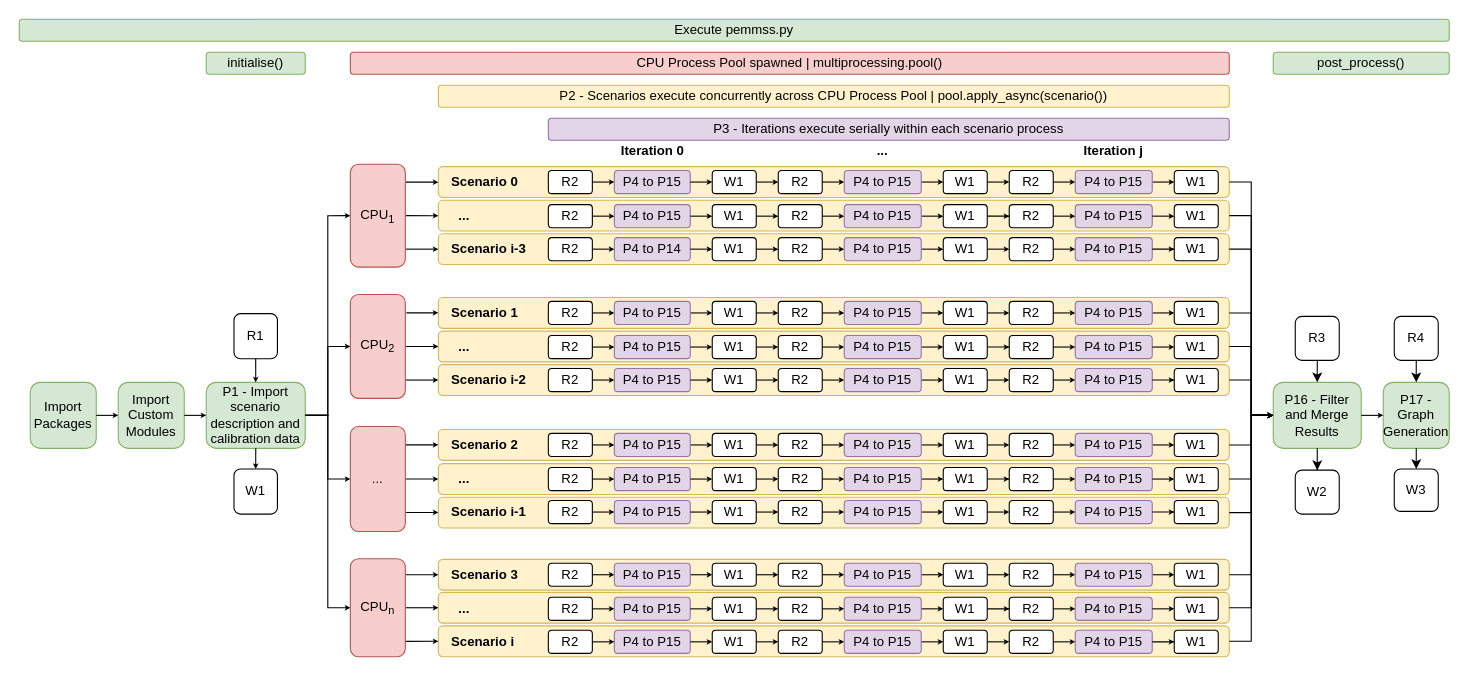
Before: page "Model Execution" (2 of 2) of documentation/PEMMSS_flowcharts.drawio in sanorthey/pemmss, a draw.io diagram. Source tidied: cells renumbered, new cells numbered last; positions are measured from the earlier drawing's top-left corner, leaving out a move shared by most shapes. Both pictures are drawn from the tidied source at 110%, with x=0, y=0 at pixel (19, 19).
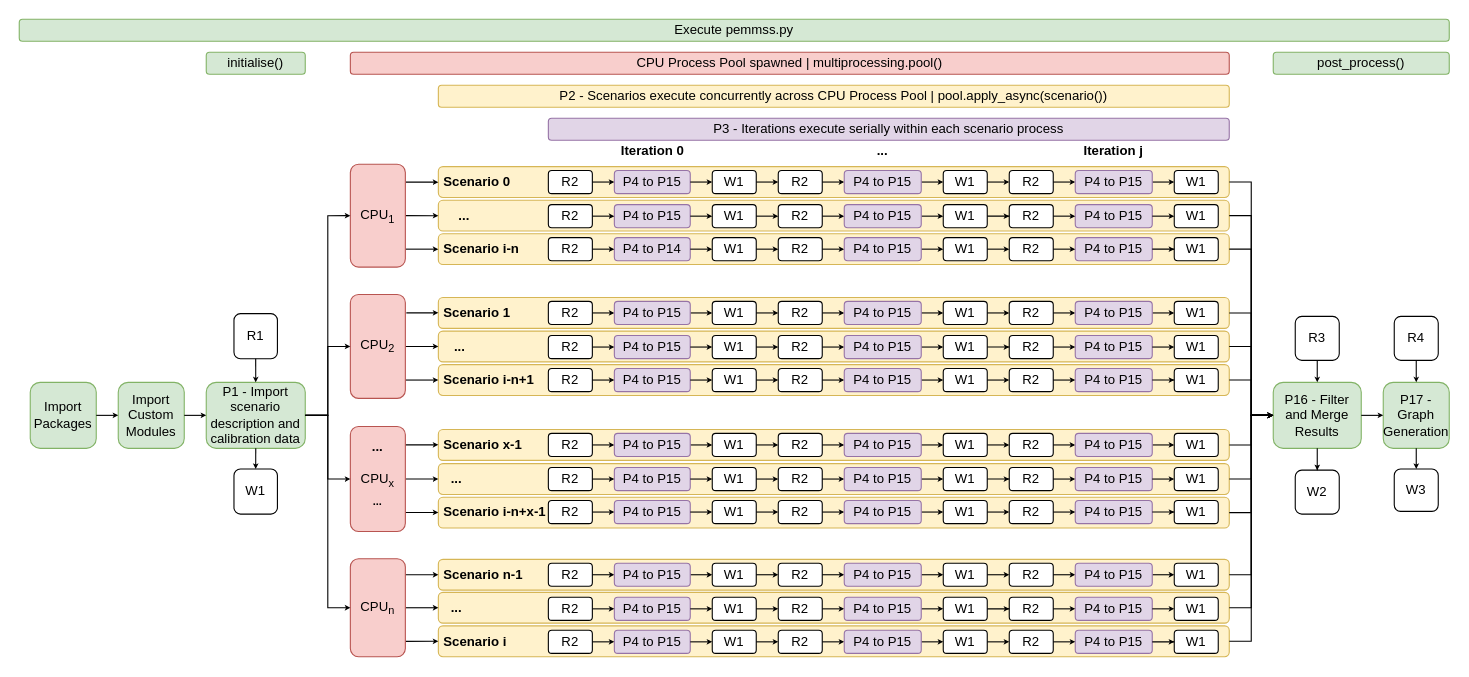
The same diagram, later.

The change refers to these unchanged cells:
```xml
<mxCell id="337" value="P16 - Filter and Merge Results" style="rounded=1;whiteSpace=wrap;html=1;fontSize=12;glass=0;strokeWidth=1;shadow=0;fillColor=#d5e8d4;strokeColor=#82b366;" parent="1" vertex="1">
  <mxGeometry x="1140" y="330.1" width="80" height="60" as="geometry" />
</mxCell>
<mxCell id="341" value="P17 - Graph Generation" style="rounded=1;whiteSpace=wrap;html=1;fontSize=12;glass=0;strokeWidth=1;shadow=0;fillColor=#d5e8d4;strokeColor=#82b366;" parent="1" vertex="1">
  <mxGeometry x="1240" y="330.1" width="60" height="60" as="geometry" />
</mxCell>
<mxCell id="345" value="W3" style="rounded=1;whiteSpace=wrap;html=1;fontSize=12;glass=0;strokeWidth=1;shadow=0;" parent="344" vertex="1">
  <mxGeometry width="40" height="38.5" as="geometry" />
</mxCell>
<mxCell id="346" value="W2" style="rounded=1;whiteSpace=wrap;html=1;fontSize=12;glass=0;strokeWidth=1;shadow=0;" parent="1" vertex="1">
  <mxGeometry x="1160" y="409.9" width="40" height="40" as="geometry" />
</mxCell>
<mxCell id="359" value="R3" style="rounded=1;whiteSpace=wrap;html=1;fontSize=12;glass=0;strokeWidth=1;shadow=0;" parent="1" vertex="1">
  <mxGeometry x="1160" y="270.1" width="40" height="40" as="geometry" />
</mxCell>
<mxCell id="362" value="R4" style="rounded=1;whiteSpace=wrap;html=1;fontSize=12;glass=0;strokeWidth=1;shadow=0;" parent="1" vertex="1">
  <mxGeometry x="1250" y="270.1" width="40" height="40" as="geometry" />
</mxCell>
```

Diff of the diagram source:
```diff
@@
-    <mxCell id="32" value="..." style="rounded=1;whiteSpace=wrap;html=1;fontSize=12;glass=0;strokeWidth=1;shadow=0;fillColor=#f8cecc;strokeColor=#b85450;" parent="1" vertex="1">
+    <mxCell id="32" value="&lt;b&gt;...&lt;/b&gt;&lt;br&gt;&lt;br&gt;CPU&lt;sub&gt;x&lt;br&gt;&lt;b&gt;...&lt;/b&gt;&lt;br&gt;&lt;/sub&gt;" style="rounded=1;whiteSpace=wrap;html=1;fontSize=12;glass=0;strokeWidth=1;shadow=0;fillColor=#f8cecc;strokeColor=#b85450;labelPosition=center;verticalLabelPosition=middle;align=center;verticalAlign=middle;spacingTop=-10;" parent="1" vertex="1">
       <mxGeometry x="301" y="370.2" width="50" height="95.5" as="geometry" />
     </mxCell>
@@
     <mxCell id="41" value="Scenario 0" style="text;html=1;strokeColor=none;fillColor=none;align=left;verticalAlign=middle;whiteSpace=wrap;rounded=0;fontStyle=1;" parent="1" vertex="1">
-      <mxGeometry x="391" y="138" width="79" height="20" as="geometry" />
+      <mxGeometry x="384" y="138" width="79" height="20" as="geometry" />
     </mxCell>
     <mxCell id="42" value="Scenario 1" style="text;html=1;strokeColor=none;fillColor=none;align=left;verticalAlign=middle;whiteSpace=wrap;rounded=0;fontStyle=1;" parent="1" vertex="1">
-      <mxGeometry x="391" y="257" width="79" height="20" as="geometry" />
+      <mxGeometry x="384" y="257" width="79" height="20" as="geometry" />
     </mxCell>
-    <mxCell id="43" value="Scenario 2" style="text;html=1;strokeColor=none;fillColor=none;align=left;verticalAlign=middle;whiteSpace=wrap;rounded=0;fontStyle=1;" parent="1" vertex="1">
-      <mxGeometry x="391" y="377" width="79" height="20" as="geometry" />
+    <mxCell id="43" value="Scenario x-1" style="text;html=1;strokeColor=none;fillColor=none;align=left;verticalAlign=middle;whiteSpace=wrap;rounded=0;fontStyle=1;" parent="1" vertex="1">
+      <mxGeometry x="384" y="377" width="79" height="20" as="geometry" />
     </mxCell>
-    <mxCell id="44" value="Scenario 3" style="text;html=1;strokeColor=none;fillColor=none;align=left;verticalAlign=middle;whiteSpace=wrap;rounded=0;fontStyle=1;" parent="1" vertex="1">
-      <mxGeometry x="391" y="495" width="79" height="20" as="geometry" />
+    <mxCell id="44" value="Scenario n-1" style="text;html=1;strokeColor=none;fillColor=none;align=left;verticalAlign=middle;whiteSpace=wrap;rounded=0;fontStyle=1;" parent="1" vertex="1">
+      <mxGeometry x="384" y="495" width="79" height="20" as="geometry" />
     </mxCell>
@@
     <mxCell id="46" value="&amp;nbsp; ..." style="text;html=1;strokeColor=none;fillColor=none;align=left;verticalAlign=middle;whiteSpace=wrap;rounded=0;fontStyle=1;" parent="1" vertex="1">
-      <mxGeometry x="391" y="287.5" width="79" height="20" as="geometry" />
+      <mxGeometry x="387" y="288" width="79" height="20" as="geometry" />
     </mxCell>
     <mxCell id="47" value="&amp;nbsp; ..." style="text;html=1;strokeColor=none;fillColor=none;align=left;verticalAlign=middle;whiteSpace=wrap;rounded=0;fontStyle=1;" parent="1" vertex="1">
-      <mxGeometry x="391" y="408" width="79" height="20" as="geometry" />
+      <mxGeometry x="384" y="408" width="79" height="20" as="geometry" />
     </mxCell>
     <mxCell id="48" value="&amp;nbsp; ..." style="text;html=1;strokeColor=none;fillColor=none;align=left;verticalAlign=middle;whiteSpace=wrap;rounded=0;fontStyle=1;" parent="1" vertex="1">
-      <mxGeometry x="391" y="526" width="79" height="20" as="geometry" />
+      <mxGeometry x="384" y="525" width="79" height="20" as="geometry" />
     </mxCell>
-    <mxCell id="49" value="Scenario i-3" style="text;html=1;strokeColor=none;fillColor=none;align=left;verticalAlign=middle;whiteSpace=wrap;rounded=0;fontStyle=1;" parent="1" vertex="1">
-      <mxGeometry x="391" y="199" width="79" height="20" as="geometry" />
+    <mxCell id="49" value="Scenario i-n" style="text;html=1;strokeColor=none;fillColor=none;align=left;verticalAlign=middle;whiteSpace=wrap;rounded=0;fontStyle=1;" parent="1" vertex="1">
+      <mxGeometry x="384" y="199" width="79" height="20" as="geometry" />
     </mxCell>
-    <mxCell id="50" value="Scenario i-2" style="text;html=1;strokeColor=none;fillColor=none;align=left;verticalAlign=middle;whiteSpace=wrap;rounded=0;fontStyle=1;" parent="1" vertex="1">
-      <mxGeometry x="391" y="318" width="79" height="20" as="geometry" />
+    <mxCell id="50" value="Scenario i-n+1" style="text;html=1;strokeColor=none;fillColor=none;align=left;verticalAlign=middle;whiteSpace=wrap;rounded=0;fontStyle=1;" parent="1" vertex="1">
+      <mxGeometry x="384" y="317.5" width="87" height="20" as="geometry" />
     </mxCell>
     <mxCell id="51" value="Scenario i" style="text;html=1;strokeColor=none;fillColor=none;align=left;verticalAlign=middle;whiteSpace=wrap;rounded=0;fontStyle=1;" parent="1" vertex="1">
-      <mxGeometry x="391" y="556" width="79" height="20" as="geometry" />
+      <mxGeometry x="384" y="555.5" width="79" height="20" as="geometry" />
     </mxCell>
-    <mxCell id="52" value="Scenario i-1" style="text;html=1;strokeColor=none;fillColor=none;align=left;verticalAlign=middle;whiteSpace=wrap;rounded=0;fontStyle=1;" parent="1" vertex="1">
-      <mxGeometry x="391" y="438" width="79" height="20" as="geometry" />
+    <mxCell id="52" value="Scenar&lt;font style=&quot;font-size: 12px&quot;&gt;io &lt;font style=&quot;font-size: 12px&quot;&gt;i-n+x-1&lt;/font&gt;&lt;/font&gt;" style="text;html=1;strokeColor=none;fillColor=none;align=left;verticalAlign=middle;whiteSpace=wrap;rounded=0;fontStyle=1;" parent="1" vertex="1">
+      <mxGeometry x="384" y="438" width="97" height="20" as="geometry" />
     </mxCell>
@@
-    <mxCell id="356" style="edgeStyle=orthogonalEdgeStyle;rounded=0;jumpSize=6;jettySize=auto;html=1;exitX=0.5;exitY=1;exitDx=0;exitDy=0;entryX=0.5;entryY=0;entryDx=0;entryDy=0;startSize=6;endSize=6;" parent="1" edge="1" source="341" target="345">
+    <mxCell id="356" style="edgeStyle=orthogonalEdgeStyle;rounded=0;jumpSize=6;jettySize=auto;html=1;exitX=0.5;exitY=1;exitDx=0;exitDy=0;entryX=0.5;entryY=0;entryDx=0;entryDy=0;startSize=2;endSize=2;" parent="1" edge="1" source="341" target="345">
       <mxGeometry x="894" y="910.1" as="geometry" />
     </mxCell>
-    <mxCell id="357" style="edgeStyle=orthogonalEdgeStyle;rounded=0;jumpSize=6;jettySize=auto;html=1;exitX=0.5;exitY=1;exitDx=0;exitDy=0;startSize=6;endSize=6;" parent="1" edge="1" source="337" target="346">
+    <mxCell id="357" style="edgeStyle=orthogonalEdgeStyle;rounded=0;jumpSize=6;jettySize=auto;html=1;exitX=0.5;exitY=1;exitDx=0;exitDy=0;startSize=2;endSize=2;" parent="1" edge="1" source="337" target="346">
       <mxGeometry x="904" y="910.1" as="geometry" />
     </mxCell>
@@
-    <mxCell id="360" style="edgeStyle=orthogonalEdgeStyle;rounded=0;jumpSize=6;jettySize=auto;html=1;exitX=0.5;exitY=1;exitDx=0;exitDy=0;entryX=0.5;entryY=0;entryDx=0;entryDy=0;startSize=6;endSize=6;" parent="1" edge="1" source="359" target="337">
+    <mxCell id="360" style="edgeStyle=orthogonalEdgeStyle;rounded=0;jumpSize=6;jettySize=auto;html=1;exitX=0.5;exitY=1;exitDx=0;exitDy=0;entryX=0.5;entryY=0;entryDx=0;entryDy=0;startSize=2;endSize=2;" parent="1" edge="1" source="359" target="337">
       <mxGeometry x="914" y="920.1" as="geometry" />
     </mxCell>
-    <mxCell id="361" style="edgeStyle=orthogonalEdgeStyle;rounded=0;jumpSize=6;jettySize=auto;html=1;exitX=0.5;exitY=1;exitDx=0;exitDy=0;entryX=0.5;entryY=0;entryDx=0;entryDy=0;startSize=6;endSize=6;" parent="1" edge="1" source="362" target="341">
+    <mxCell id="361" style="edgeStyle=orthogonalEdgeStyle;rounded=0;jumpSize=6;jettySize=auto;html=1;exitX=0.5;exitY=1;exitDx=0;exitDy=0;entryX=0.5;entryY=0;entryDx=0;entryDy=0;startSize=26;endSize=2;" parent="1" edge="1" source="362" target="341">
       <mxGeometry relative="1" as="geometry" />
     </mxCell>
```
